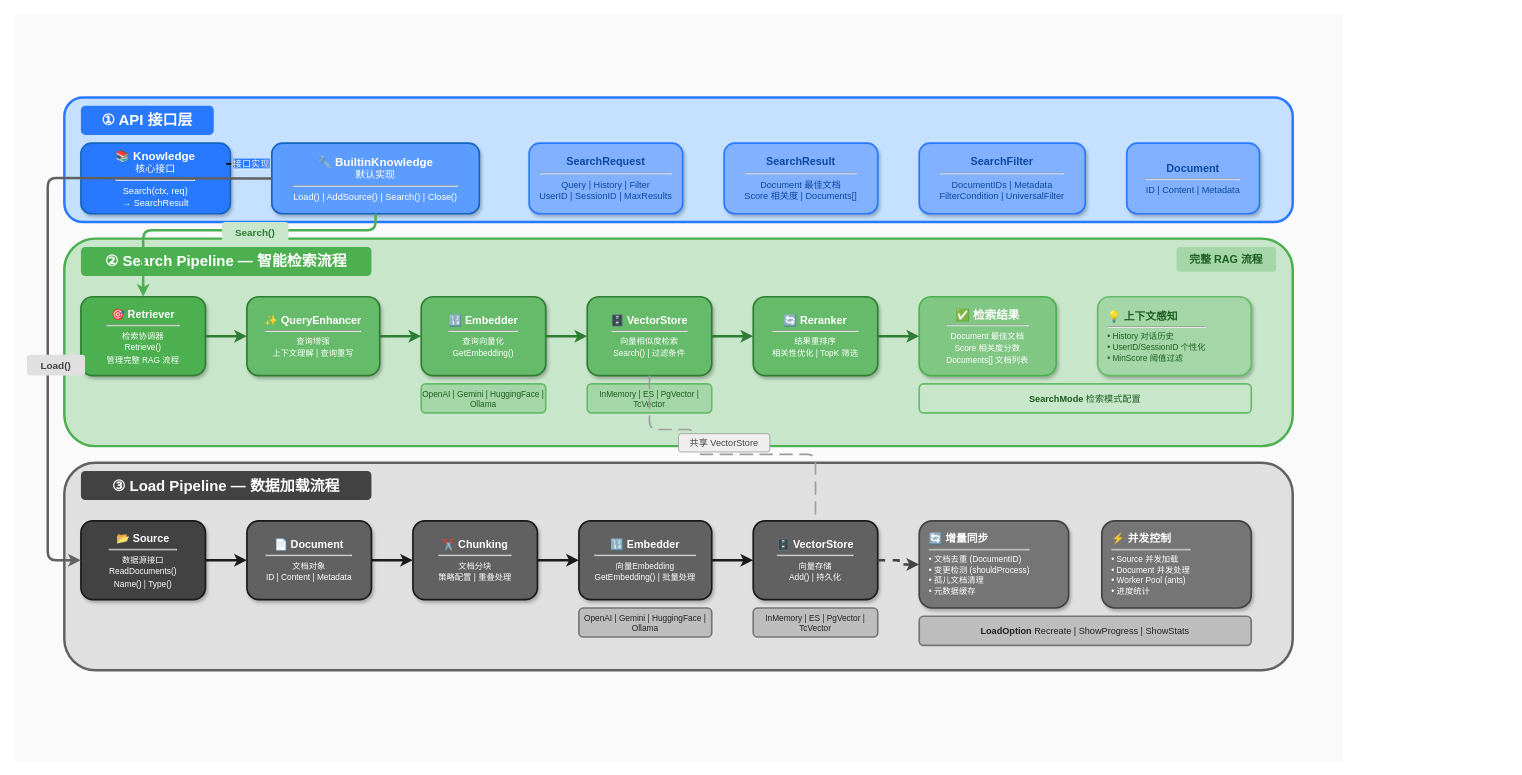
Above: knowledge/knowledge_architecture.drawio in sandyskies/trpc-agent-go (draw.io), before the change. Source tidied: cells renumbered, new cells numbered last; positions are measured from the earlier drawing's top-left corner, leaving out a move shared by most shapes. Both pictures are drawn from the tidied source at 83%, with x=0, y=0 at pixel (14, 14).
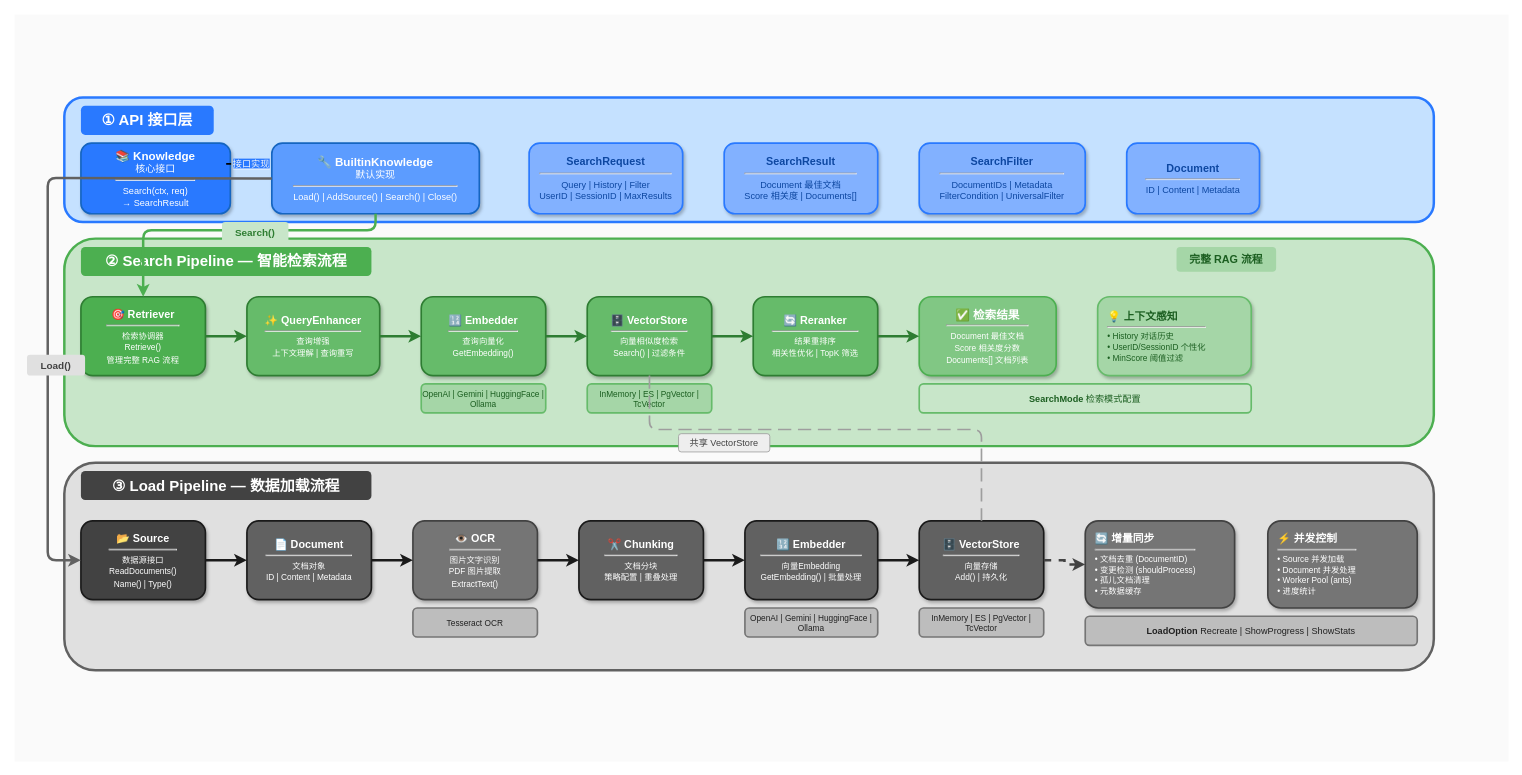
After the change.

Unchanged cells that the change refers to:
```xml
<mxCell id="18" value="&lt;b style=&quot;font-size:13px&quot;&gt;🗄️ VectorStore&lt;/b&gt;&lt;hr style=&quot;margin:4px 0&quot;&gt;&lt;font style=&quot;font-size: 10px;&quot;&gt;向量相似度检索&lt;br&gt;Search() | 过滤条件&lt;/font&gt;" style="rounded=1;whiteSpace=wrap;html=1;fillColor=#66BB6A;strokeColor=#2E7D32;fontSize=12;align=center;fontColor=#ffffff;shadow=1;strokeWidth=2;fontFamily=PingFang SC;" parent="1" vertex="1">
  <mxGeometry x="690" y="340" width="150" height="95" as="geometry" />
</mxCell>
<mxCell id="32" value="&lt;b style=&quot;font-size:13px&quot;&gt;📄 Document&lt;/b&gt;&lt;hr style=&quot;margin:4px 0&quot;&gt;&lt;font style=&quot;font-size: 10px;&quot;&gt;文档对象&lt;br&gt;ID | Content | Metadata&lt;/font&gt;" style="rounded=1;whiteSpace=wrap;html=1;fillColor=#616161;strokeColor=#1A1A1A;fontSize=12;align=center;fontColor=#ffffff;shadow=1;strokeWidth=2;fontFamily=PingFang SC;" parent="1" vertex="1">
  <mxGeometry x="280" y="610" width="150" height="95" as="geometry" />
</mxCell>
```

The edit, as a diff of the source:
```diff
@@
     <mxCell id="2" style="rounded=0;whiteSpace=wrap;html=1;fillColor=#fafafa;strokeColor=none;fontFamily=PingFang SC;" parent="1" vertex="1">
-      <mxGeometry width="1600" height="900" as="geometry" />
+      <mxGeometry width="1800" height="900" as="geometry" />
     </mxCell>
     <mxCell id="3" style="rounded=1;whiteSpace=wrap;html=1;fillColor=#C5E1FF;strokeColor=#2979FF;strokeWidth=3;fontFamily=PingFang SC;" parent="1" vertex="1">
-      <mxGeometry x="60" y="100" width="1480" height="150" as="geometry" />
+      <mxGeometry x="60" y="100" width="1650" height="150" as="geometry" />
     </mxCell>
@@
     <mxCell id="12" style="rounded=1;whiteSpace=wrap;html=1;fillColor=#C8E6C9;strokeColor=#4CAF50;strokeWidth=3;fontFamily=PingFang SC;" parent="1" vertex="1">
-      <mxGeometry x="60" y="270" width="1480" height="250" as="geometry" />
+      <mxGeometry x="60" y="270" width="1650" height="250" as="geometry" />
     </mxCell>
@@
     <mxCell id="29" style="rounded=1;whiteSpace=wrap;html=1;fillColor=#E0E0E0;strokeColor=#616161;strokeWidth=3;fontFamily=PingFang SC;" parent="1" vertex="1">
-      <mxGeometry x="60" y="540" width="1480" height="250" as="geometry" />
+      <mxGeometry x="60" y="540" width="1650" height="250" as="geometry" />
     </mxCell>
@@
+    <mxCell id="53" value="&lt;b style=&quot;font-size:13px&quot;&gt;👁️ OCR&lt;/b&gt;&lt;hr style=&quot;margin:4px 0&quot;&gt;&lt;font style=&quot;font-size: 10px;&quot;&gt;图片文字识别&lt;br&gt;PDF 图片提取&lt;br&gt;ExtractText()&lt;/font&gt;" style="rounded=1;whiteSpace=wrap;html=1;fillColor=#757575;strokeColor=#424242;fontSize=12;align=center;fontColor=#ffffff;shadow=1;strokeWidth=2;fontFamily=PingFang SC;" parent="1" vertex="1">
+      <mxGeometry x="480" y="610" width="150" height="95" as="geometry" />
+    </mxCell>
+    <mxCell id="54" value="&lt;font style=&quot;font-size: 10px;&quot;&gt;Tesseract OCR&lt;/font&gt;" style="rounded=1;whiteSpace=wrap;html=1;fillColor=#BDBDBD;strokeColor=#757575;fontSize=10;align=center;fontColor=#212121;strokeWidth=2;fontFamily=PingFang SC;" parent="1" vertex="1">
+      <mxGeometry x="480" y="715" width="150" height="35" as="geometry" />
+    </mxCell>
     <mxCell id="33" value="&lt;b style=&quot;font-size:13px&quot;&gt;✂️ Chunking&lt;/b&gt;&lt;hr style=&quot;margin:4px 0&quot;&gt;&lt;font style=&quot;font-size: 10px;&quot;&gt;文档分块&lt;br&gt;策略配置 | 重叠处理&lt;/font&gt;" style="rounded=1;whiteSpace=wrap;html=1;fillColor=#616161;strokeColor=#1A1A1A;fontSize=12;align=center;fontColor=#ffffff;shadow=1;strokeWidth=2;fontFamily=PingFang SC;" parent="1" vertex="1">
-      <mxGeometry x="480" y="610" width="150" height="95" as="geometry" />
+      <mxGeometry x="680" y="610" width="150" height="95" as="geometry" />
     </mxCell>
     <mxCell id="34" value="&lt;b style=&quot;font-size:13px&quot;&gt;🔢 Embedder&lt;/b&gt;&lt;hr style=&quot;margin:4px 0&quot;&gt;&lt;font style=&quot;font-size: 10px;&quot;&gt;向量Embedding&lt;br&gt;GetEmbedding() | 批量处理&lt;/font&gt;" style="rounded=1;whiteSpace=wrap;html=1;fillColor=#616161;strokeColor=#1A1A1A;fontSize=12;align=center;fontColor=#ffffff;shadow=1;strokeWidth=2;fontFamily=PingFang SC;" parent="1" vertex="1">
-      <mxGeometry x="680" y="610" width="160" height="95" as="geometry" />
+      <mxGeometry x="880" y="610" width="160" height="95" as="geometry" />
     </mxCell>
     <mxCell id="35" value="&lt;font style=&quot;font-size: 10px;&quot;&gt;OpenAI | Gemini | HuggingFace | Ollama&lt;/font&gt;" style="rounded=1;whiteSpace=wrap;html=1;fillColor=#BDBDBD;strokeColor=#757575;fontSize=10;align=center;fontColor=#212121;strokeWidth=2;fontFamily=PingFang SC;" parent="1" vertex="1">
-      <mxGeometry x="680" y="715" width="160" height="35" as="geometry" />
+      <mxGeometry x="880" y="715" width="160" height="35" as="geometry" />
     </mxCell>
     <mxCell id="36" value="&lt;b style=&quot;font-size:13px&quot;&gt;🗄️ VectorStore&lt;/b&gt;&lt;hr style=&quot;margin:4px 0&quot;&gt;&lt;font style=&quot;font-size: 10px;&quot;&gt;向量存储&lt;br&gt;Add() | 持久化&lt;/font&gt;" style="rounded=1;whiteSpace=wrap;html=1;fillColor=#616161;strokeColor=#1A1A1A;fontSize=12;align=center;fontColor=#ffffff;shadow=1;strokeWidth=2;fontFamily=PingFang SC;" parent="1" vertex="1">
-      <mxGeometry x="890" y="610" width="150" height="95" as="geometry" />
+      <mxGeometry x="1090" y="610" width="150" height="95" as="geometry" />
     </mxCell>
     <mxCell id="37" value="&lt;font style=&quot;font-size: 10px;&quot;&gt;InMemory | ES | PgVector | TcVector&lt;/font&gt;" style="rounded=1;whiteSpace=wrap;html=1;fillColor=#BDBDBD;strokeColor=#757575;fontSize=10;align=center;fontColor=#212121;strokeWidth=2;fontFamily=PingFang SC;" parent="1" vertex="1">
-      <mxGeometry x="890" y="715" width="150" height="35" as="geometry" />
+      <mxGeometry x="1090" y="715" width="150" height="35" as="geometry" />
     </mxCell>
     <mxCell id="38" value="&lt;b style=&quot;font-size:13px&quot;&gt;🔄 增量同步&lt;/b&gt;&lt;hr style=&quot;margin:4px 0&quot;&gt;&lt;font style=&quot;font-size: 10px;&quot;&gt;• 文档去重 (DocumentID)&lt;br&gt;• 变更检测 (shouldProcess)&lt;br&gt;• 孤儿文档清理&lt;br&gt;• 元数据缓存&lt;/font&gt;" style="rounded=1;whiteSpace=wrap;html=1;fillColor=#757575;strokeColor=#424242;fontSize=11;align=left;fontColor=#ffffff;spacingLeft=10;shadow=1;strokeWidth=2;fontFamily=PingFang SC;" parent="1" vertex="1">
-      <mxGeometry x="1090" y="610" width="180" height="105" as="geometry" />
+      <mxGeometry x="1290" y="610" width="180" height="105" as="geometry" />
     </mxCell>
     <mxCell id="39" value="&lt;b style=&quot;font-size:13px&quot;&gt;⚡ 并发控制&lt;/b&gt;&lt;hr style=&quot;margin:4px 0&quot;&gt;&lt;font style=&quot;font-size: 10px;&quot;&gt;• Source 并发加载&lt;br&gt;• Document 并发处理&lt;br&gt;• Worker Pool (ants)&lt;br&gt;• 进度统计&lt;/font&gt;" style="rounded=1;whiteSpace=wrap;html=1;fillColor=#757575;strokeColor=#424242;fontSize=11;align=left;fontColor=#ffffff;spacingLeft=10;shadow=1;strokeWidth=2;fontFamily=PingFang SC;" parent="1" vertex="1">
-      <mxGeometry x="1310" y="610" width="180" height="105" as="geometry" />
+      <mxGeometry x="1510" y="610" width="180" height="105" as="geometry" />
     </mxCell>
     <mxCell id="40" value="&lt;b&gt;LoadOption&lt;/b&gt; Recreate | ShowProgress | ShowStats" style="rounded=1;whiteSpace=wrap;html=1;fillColor=#BDBDBD;strokeColor=#757575;fontSize=11;align=center;fontColor=#212121;strokeWidth=2;fontFamily=PingFang SC;" parent="1" vertex="1">
-      <mxGeometry x="1090" y="725" width="400" height="35" as="geometry" />
+      <mxGeometry x="1290" y="725" width="400" height="35" as="geometry" />
     </mxCell>
@@
-    <mxCell id="42" style="edgeStyle=orthogonalEdgeStyle;rounded=0;jettySize=auto;html=1;endArrow=classic;endFill=1;strokeWidth=3;strokeColor=#1A1A1A;" parent="1" edge="1" source="32" target="33">
+    <mxCell id="42" style="edgeStyle=orthogonalEdgeStyle;rounded=0;jettySize=auto;html=1;endArrow=classic;endFill=1;strokeWidth=3;strokeColor=#1A1A1A;" parent="1" edge="1" source="32" target="53">
       <mxGeometry relative="1" as="geometry" />
     </mxCell>
+    <mxCell id="55" style="edgeStyle=orthogonalEdgeStyle;rounded=0;jettySize=auto;html=1;endArrow=classic;endFill=1;strokeWidth=3;strokeColor=#1A1A1A;" parent="1" edge="1" source="53" target="33">
+      <mxGeometry relative="1" as="geometry" />
+    </mxCell>
@@
     <mxCell id="50" style="edgeStyle=orthogonalEdgeStyle;rounded=1;jettySize=auto;html=1;endArrow=none;endFill=0;strokeWidth=2;strokeColor=#9E9E9E;dashed=1;dashPattern=8 4;" parent="1" edge="1" source="18" target="36">
       <mxGeometry relative="1" as="geometry">
         <Array as="points">
           <mxPoint x="765" y="500" />
-          <mxPoint x="820" y="500" />
-          <mxPoint x="820" y="530" />
-          <mxPoint x="965" y="530" />
+          <mxPoint x="1165" y="500" />
+          <mxPoint x="1165" y="530" />
+          <mxPoint x="1165" y="530" />
         </Array>
       </mxGeometry>
     </mxCell>
```
